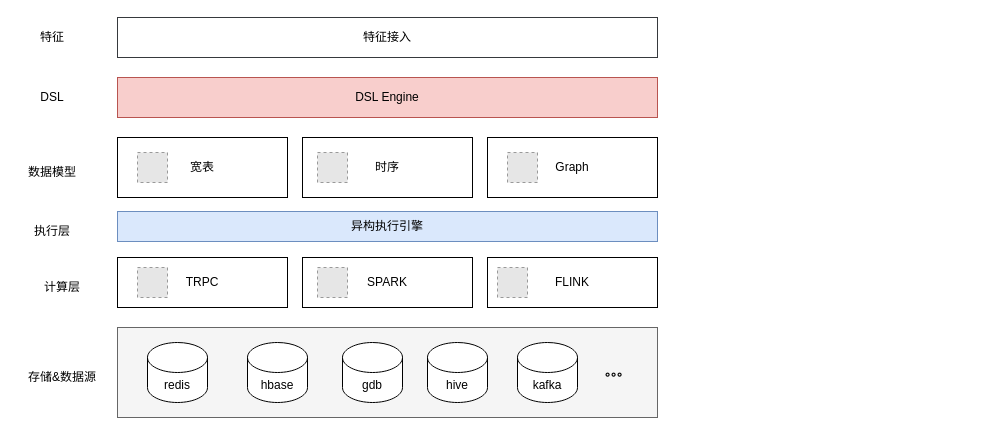
Before: feature-engine.drawio in learn2Pro/draw_io_save, a draw.io diagram. Source tidied: cells renumbered, new cells numbered last; positions are measured from the earlier drawing's top-left corner, leaving out a move shared by most shapes. Both pictures are drawn from the tidied source at 100%, with x=0, y=0 at pixel (17, 17). Pictures stored in the file or linked from it are replaced by grey dashed boxes.
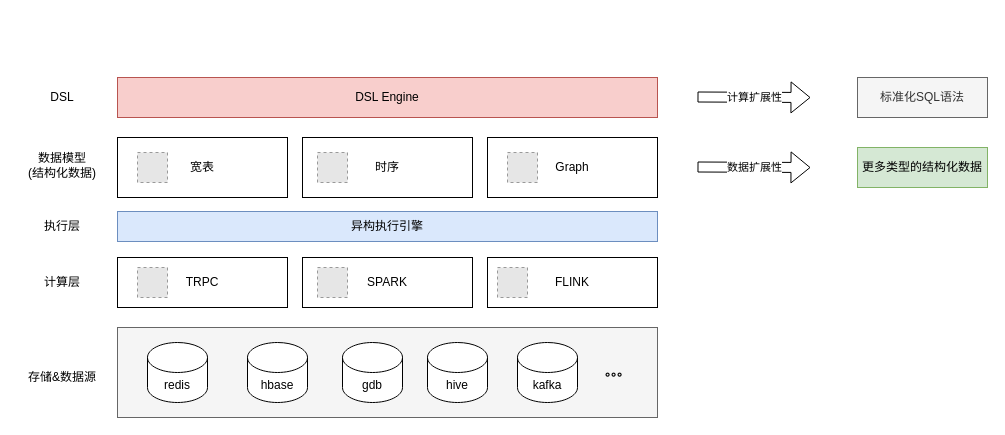
After the change.

Diff of the diagram source:
```diff
@@
     <mxCell id="13" value="计算层" style="text;html=1;strokeColor=none;fillColor=none;align=center;verticalAlign=middle;whiteSpace=wrap;rounded=0;" parent="1" vertex="1">
-      <mxGeometry x="10" y="260" width="70" height="20" as="geometry" />
+      <mxGeometry x="10" y="255" width="70" height="20" as="geometry" />
     </mxCell>
@@
-    <mxCell id="15" value="特征接入" style="rounded=0;whiteSpace=wrap;html=1;strokeColor=#36393d;fillColor=#FFFFFF;" parent="1" vertex="1">
-      <mxGeometry x="100" width="540" height="40" as="geometry" />
-    </mxCell>
@@
     <mxCell id="20" value="执行层" style="text;html=1;strokeColor=none;fillColor=none;align=center;verticalAlign=middle;whiteSpace=wrap;rounded=0;" parent="1" vertex="1">
-      <mxGeometry y="204" width="70" height="20" as="geometry" />
+      <mxGeometry x="10" y="199" width="70" height="20" as="geometry" />
     </mxCell>
-    <mxCell id="21" value="数据模型" style="text;html=1;strokeColor=none;fillColor=none;align=center;verticalAlign=middle;whiteSpace=wrap;rounded=0;" parent="1" vertex="1">
-      <mxGeometry y="145" width="70" height="20" as="geometry" />
+    <mxCell id="21" value="数据模型&lt;br&gt;(结构化数据)" style="text;html=1;strokeColor=none;fillColor=none;align=center;verticalAlign=middle;whiteSpace=wrap;rounded=0;" parent="1" vertex="1">
+      <mxGeometry y="135" width="90" height="25" as="geometry" />
     </mxCell>
     <mxCell id="22" value="DSL" style="text;html=1;strokeColor=none;fillColor=none;align=center;verticalAlign=middle;whiteSpace=wrap;rounded=0;" parent="1" vertex="1">
-      <mxGeometry y="70" width="70" height="20" as="geometry" />
+      <mxGeometry x="10" y="70" width="70" height="20" as="geometry" />
     </mxCell>
-    <mxCell id="23" value="特征" style="text;html=1;strokeColor=none;fillColor=none;align=center;verticalAlign=middle;whiteSpace=wrap;rounded=0;" parent="1" vertex="1">
-      <mxGeometry y="10" width="70" height="20" as="geometry" />
-    </mxCell>
@@
+    <mxCell id="33" value="计算扩展性" style="shape=flexArrow;endArrow=classic;html=1;" parent="1" edge="1">
+      <mxGeometry relative="1" as="geometry">
+        <mxPoint x="680" y="79.5" as="sourcePoint" />
+        <mxPoint x="793" y="80" as="targetPoint" />
+      </mxGeometry>
+    </mxCell>
+    <mxCell id="34" value="数据扩展性" style="shape=flexArrow;endArrow=classic;html=1;" parent="1" edge="1">
+      <mxGeometry relative="1" as="geometry">
+        <mxPoint x="680" y="149.5" as="sourcePoint" />
+        <mxPoint x="793" y="150" as="targetPoint" />
+      </mxGeometry>
+    </mxCell>
+    <mxCell id="35" value="更多类型的结构化数据" style="rounded=0;whiteSpace=wrap;html=1;fillColor=#d5e8d4;strokeColor=#82b366;" parent="1" vertex="1">
+      <mxGeometry x="840" y="130" width="130" height="40" as="geometry" />
+    </mxCell>
+    <mxCell id="36" value="标准化SQL语法" style="rounded=0;whiteSpace=wrap;html=1;fillColor=#f5f5f5;strokeColor=#666666;fontColor=#333333;" parent="1" vertex="1">
+      <mxGeometry x="840" y="60" width="130" height="40" as="geometry" />
+    </mxCell>
```
